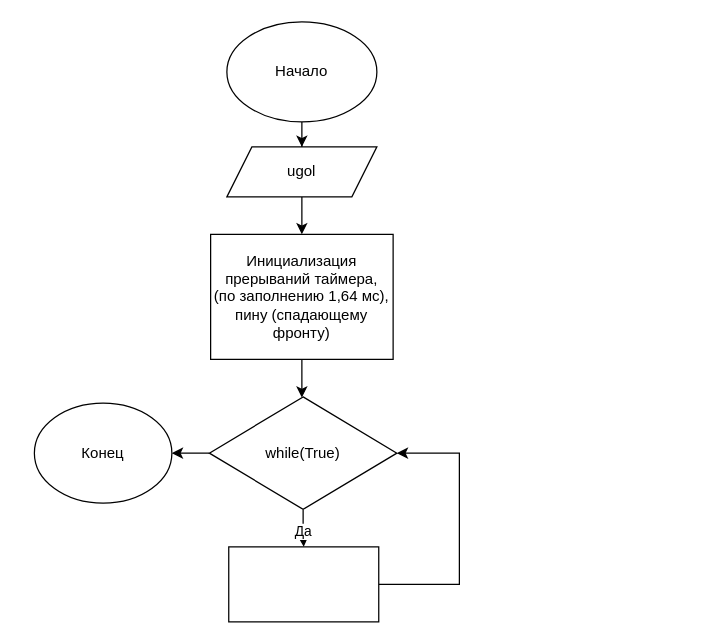
Before: Диаграмма без названия.drawio in XFORVARDX/pendulum_control_system, a draw.io diagram. Source tidied: cells renumbered, new cells numbered last; positions are measured from the earlier drawing's top-left corner, leaving out a move shared by most shapes. Both pictures are drawn from the tidied source at 125%, with x=0, y=0 at pixel (34, 21).
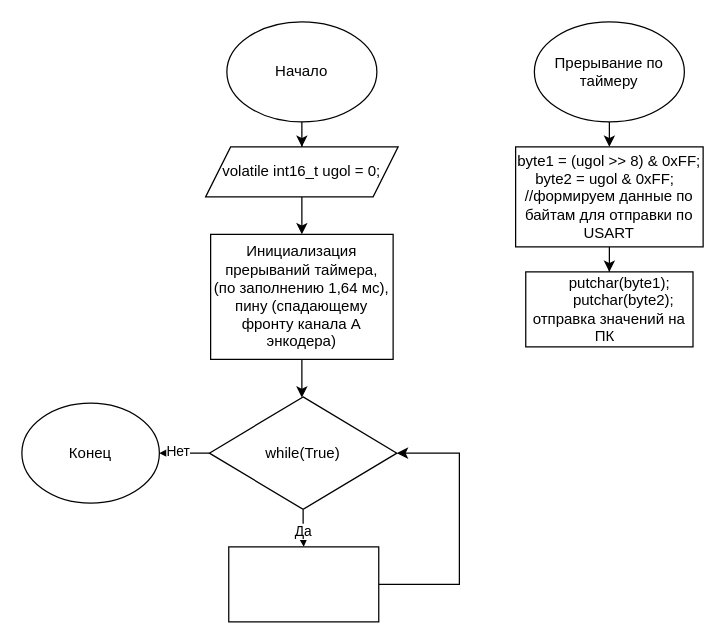
Above is the later version.

Commit message:
Передача угла на ПК

Unchanged cells that the change refers to:
```xml
<mxCell id="10" style="edgeStyle=orthogonalEdgeStyle;rounded=0;jettySize=auto;html=1;" parent="1" edge="1" source="11" target="14">
  <mxGeometry relative="1" as="geometry" />
</mxCell>
```

What changed in the source:
```diff
@@
-    <mxCell id="5" value="ugol" style="shape=parallelogram;perimeter=parallelogramPerimeter;whiteSpace=wrap;html=1;fixedSize=1;" parent="1" vertex="1">
-      <mxGeometry x="154" y="100" width="120" height="40" as="geometry" />
+    <mxCell id="5" value="volatile int16_t ugol = 0;" style="shape=parallelogram;perimeter=parallelogramPerimeter;whiteSpace=wrap;html=1;fixedSize=1;" parent="1" vertex="1">
+      <mxGeometry x="137" y="100" width="154" height="40" as="geometry" />
     </mxCell>
@@
-    <mxCell id="7" value="Инициализация&lt;br&gt;&lt;div&gt;&lt;span style=&quot;background-color: transparent; color: light-dark(rgb(0, 0, 0), rgb(255, 255, 255));&quot;&gt;прерываний&lt;/span&gt;&amp;nbsp;таймера,&lt;br&gt;(по заполнению 1,64 мс),&lt;/div&gt;&lt;div&gt;пину (спадающему фронту)&lt;/div&gt;" style="rounded=0;whiteSpace=wrap;html=1;" parent="1" vertex="1">
+    <mxCell id="7" value="Инициализация&lt;br&gt;&lt;div&gt;&lt;span style=&quot;background-color: transparent; color: light-dark(rgb(0, 0, 0), rgb(255, 255, 255));&quot;&gt;прерываний&lt;/span&gt;&amp;nbsp;таймера,&lt;br&gt;(по заполнению 1,64 мс),&lt;/div&gt;&lt;div&gt;пину (спадающему фронту канала А энкодера)&lt;/div&gt;" style="rounded=0;whiteSpace=wrap;html=1;" parent="1" vertex="1">
       <mxGeometry x="141" y="170" width="146" height="100" as="geometry" />
     </mxCell>
@@
+    <mxCell id="15" value="Нет" style="edgeLabel;html=1;align=center;verticalAlign=middle;" parent="10" vertex="1">
+      <mxGeometry x="0.28" y="-2" relative="1" as="geometry" />
+    </mxCell>
@@
     <mxCell id="14" value="Конец" style="ellipse;whiteSpace=wrap;html=1;" parent="1" vertex="1">
-      <mxGeometry y="305" width="110" height="80" as="geometry" />
+      <mxGeometry x="-10" y="305" width="110" height="80" as="geometry" />
     </mxCell>
+    <mxCell id="16" style="edgeStyle=orthogonalEdgeStyle;rounded=0;jettySize=auto;html=1;" parent="1" edge="1" source="17">
+      <mxGeometry relative="1" as="geometry">
+        <mxPoint x="460" y="100" as="targetPoint" />
+      </mxGeometry>
+    </mxCell>
+    <mxCell id="17" value="Прерывание по таймеру" style="ellipse;whiteSpace=wrap;html=1;" parent="1" vertex="1">
+      <mxGeometry x="400" width="120" height="80" as="geometry" />
+    </mxCell>
+    <mxCell id="18" style="edgeStyle=orthogonalEdgeStyle;rounded=0;jettySize=auto;html=1;" parent="1" edge="1" source="19" target="20">
+      <mxGeometry relative="1" as="geometry" />
+    </mxCell>
+    <mxCell id="19" value="byte1 = (ugol &amp;gt;&amp;gt; 8) &amp;amp; 0xFF;&lt;br&gt;byte2 = ugol &amp;amp; 0xFF;&amp;nbsp;&amp;nbsp;&lt;br&gt;//формируем данные по байтам для отправки по USART" style="rounded=0;whiteSpace=wrap;html=1;" parent="1" vertex="1">
+      <mxGeometry x="385" y="100" width="150" height="80" as="geometry" />
+    </mxCell>
+    <mxCell id="20" value="&lt;div&gt;&amp;nbsp; &amp;nbsp; &amp;nbsp; &amp;nbsp; putchar(byte1);&amp;nbsp; &amp;nbsp;&lt;/div&gt;&lt;div&gt;&amp;nbsp; &amp;nbsp; &amp;nbsp; &amp;nbsp; putchar(byte2);&amp;nbsp; &lt;br&gt;отправка значений на ПК&amp;nbsp;&amp;nbsp;&lt;/div&gt;" style="whiteSpace=wrap;html=1;rounded=0;" parent="1" vertex="1">
+      <mxGeometry x="393.1" y="200" width="133.8" height="60" as="geometry" />
+    </mxCell>
```
